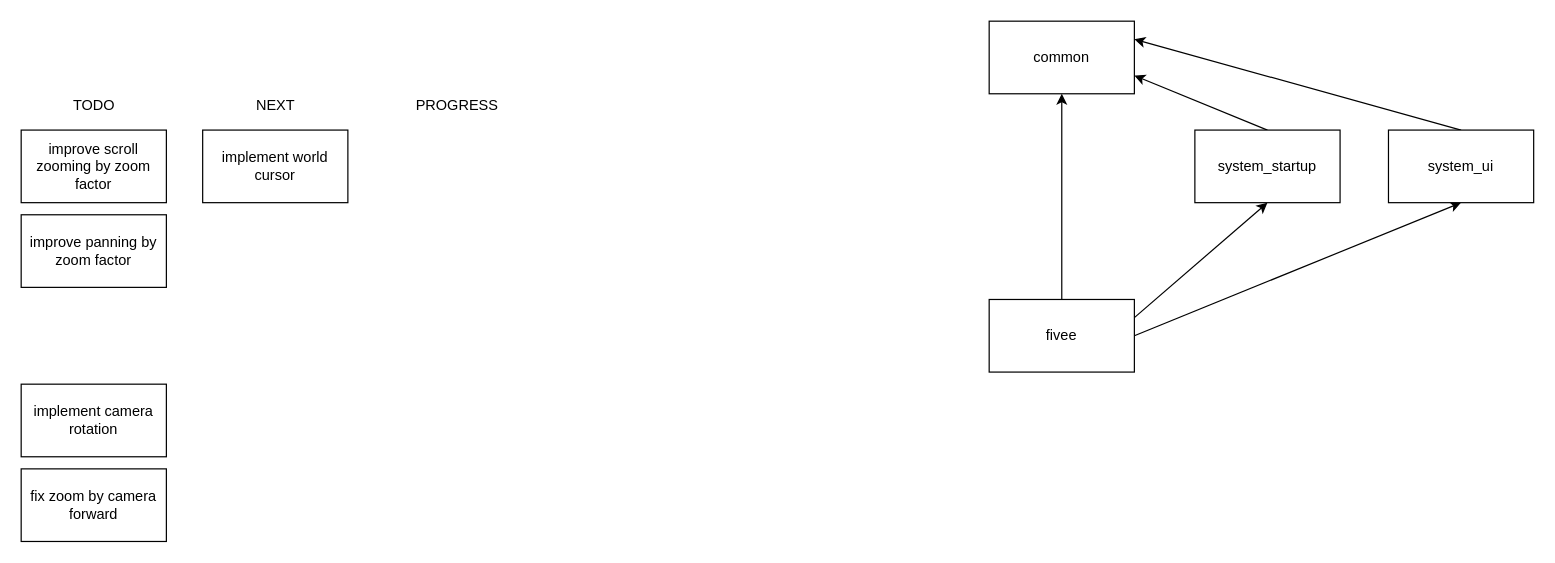
This is .drawio from horup/fivee, a draw.io file, before an edit. Source tidied: cells renumbered, new cells numbered last; positions are measured from the earlier drawing's top-left corner, leaving out a move shared by most shapes. Both pictures are drawn from the tidied source at 121%, with x=0, y=0 at pixel (21, 21).
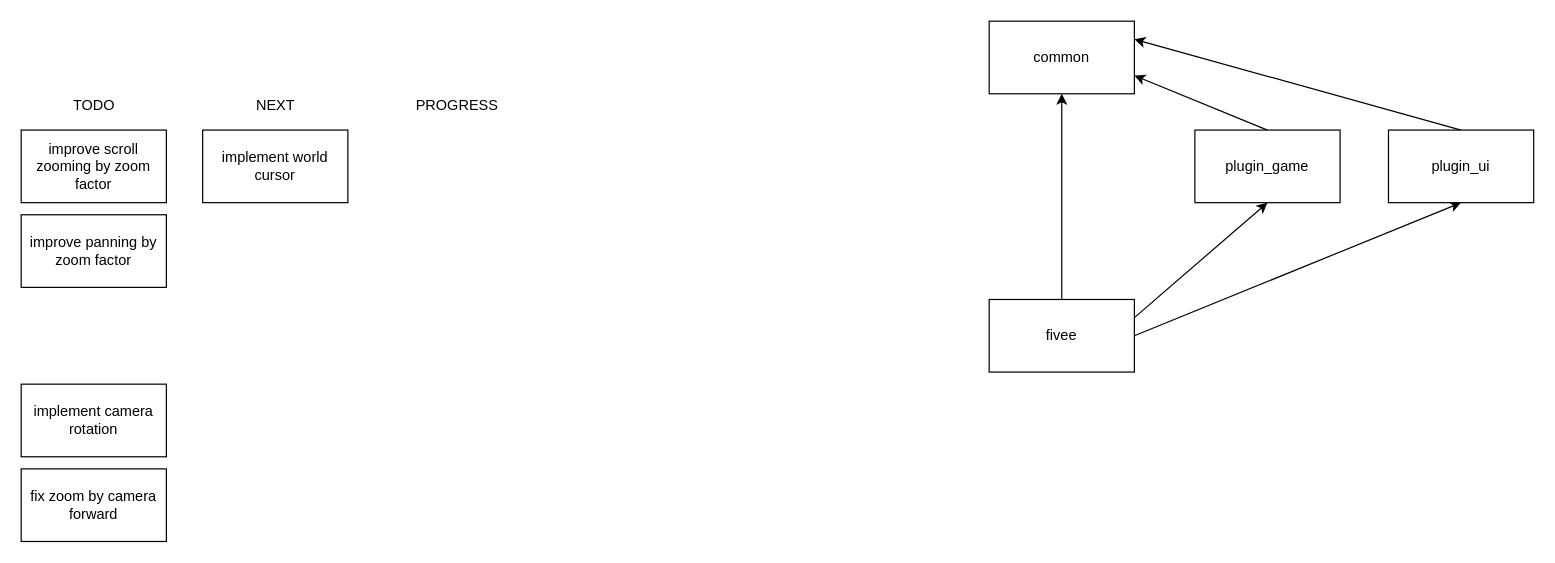
The same page after the edit.

What changed in the source:
```diff
@@
 <mxGraphModel>
   <root>
     <mxCell id="0" />
     <mxCell id="1" parent="0" />
     <mxCell id="2" style="edgeStyle=none;html=1;exitX=0.5;exitY=0;exitDx=0;exitDy=0;" parent="1" edge="1" source="5" target="6">
       <mxGeometry relative="1" as="geometry" />
     </mxCell>
     <mxCell id="3" style="edgeStyle=none;html=1;exitX=1;exitY=0.25;exitDx=0;exitDy=0;entryX=0.5;entryY=1;entryDx=0;entryDy=0;" parent="1" edge="1" source="5" target="8">
       <mxGeometry relative="1" as="geometry" />
     </mxCell>
     <mxCell id="4" style="edgeStyle=none;html=1;exitX=1;exitY=0.5;exitDx=0;exitDy=0;entryX=0.5;entryY=1;entryDx=0;entryDy=0;" parent="1" edge="1" source="5" target="14">
       <mxGeometry relative="1" as="geometry" />
     </mxCell>
     <mxCell id="5" value="fivee" style="rounded=0;whiteSpace=wrap;html=1;" parent="1" vertex="1">
       <mxGeometry x="800" y="230" width="120" height="60" as="geometry" />
     </mxCell>
     <mxCell id="6" value="common" style="rounded=0;whiteSpace=wrap;html=1;" parent="1" vertex="1">
       <mxGeometry x="800" width="120" height="60" as="geometry" />
     </mxCell>
     <mxCell id="7" style="edgeStyle=none;html=1;exitX=0.5;exitY=0;exitDx=0;exitDy=0;entryX=1;entryY=0.75;entryDx=0;entryDy=0;" parent="1" edge="1" source="8" target="6">
       <mxGeometry relative="1" as="geometry" />
     </mxCell>
-    <mxCell id="8" value="system_startup" style="rounded=0;whiteSpace=wrap;html=1;" parent="1" vertex="1">
+    <mxCell id="8" value="plugin_game" style="rounded=0;whiteSpace=wrap;html=1;" parent="1" vertex="1">
       <mxGeometry x="970" y="90" width="120" height="60" as="geometry" />
     </mxCell>
     <mxCell id="9" value="improve scroll zooming by zoom factor" style="rounded=0;whiteSpace=wrap;html=1;" parent="1" vertex="1">
       <mxGeometry y="90" width="120" height="60" as="geometry" />
     </mxCell>
     <mxCell id="10" value="TODO" style="text;html=1;align=center;verticalAlign=middle;strokeColor=none;fillColor=none;" parent="1" vertex="1">
       <mxGeometry x="30" y="55" width="60" height="30" as="geometry" />
     </mxCell>
     <mxCell id="11" value="NEXT" style="text;html=1;align=center;verticalAlign=middle;strokeColor=none;fillColor=none;" parent="1" vertex="1">
       <mxGeometry x="180" y="55" width="60" height="30" as="geometry" />
     </mxCell>
     <mxCell id="12" value="PROGRESS" style="text;html=1;align=center;verticalAlign=middle;strokeColor=none;fillColor=none;" parent="1" vertex="1">
       <mxGeometry x="315" y="55" width="90" height="30" as="geometry" />
     </mxCell>
     <mxCell id="13" style="edgeStyle=none;html=1;exitX=0.5;exitY=0;exitDx=0;exitDy=0;entryX=1;entryY=0.25;entryDx=0;entryDy=0;" parent="1" edge="1" source="14" target="6">
       <mxGeometry relative="1" as="geometry" />
     </mxCell>
-    <mxCell id="14" value="system_ui" style="rounded=0;whiteSpace=wrap;html=1;" parent="1" vertex="1">
+    <mxCell id="14" value="plugin_ui" style="rounded=0;whiteSpace=wrap;html=1;" parent="1" vertex="1">
       <mxGeometry x="1130" y="90" width="120" height="60" as="geometry" />
     </mxCell>
     <mxCell id="15" value="improve panning by zoom factor" style="rounded=0;whiteSpace=wrap;html=1;" parent="1" vertex="1">
       <mxGeometry y="160" width="120" height="60" as="geometry" />
     </mxCell>
     <mxCell id="16" value="implement world cursor" style="rounded=0;whiteSpace=wrap;html=1;" parent="1" vertex="1">
       <mxGeometry x="150" y="90" width="120" height="60" as="geometry" />
     </mxCell>
     <mxCell id="17" value="implement camera rotation" style="rounded=0;whiteSpace=wrap;html=1;" parent="1" vertex="1">
       <mxGeometry y="300" width="120" height="60" as="geometry" />
     </mxCell>
     <mxCell id="18" value="fix zoom by camera forward" style="rounded=0;whiteSpace=wrap;html=1;" parent="1" vertex="1">
       <mxGeometry y="370" width="120" height="60" as="geometry" />
     </mxCell>
   </root>
 </mxGraphModel>
```
